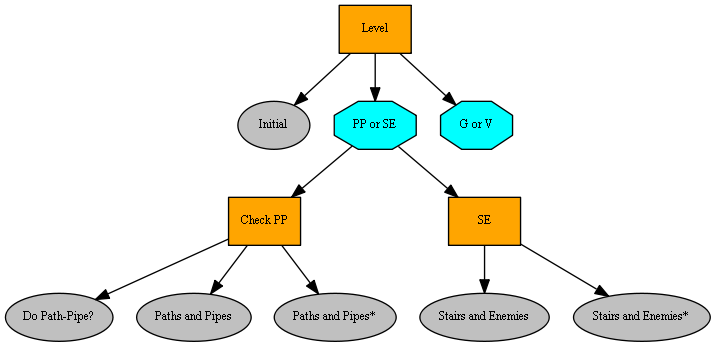
This is level.png from riffsircar/PCGBT, a Graphviz export, as it was before one commit. Its source is kept beside it as level.dot.
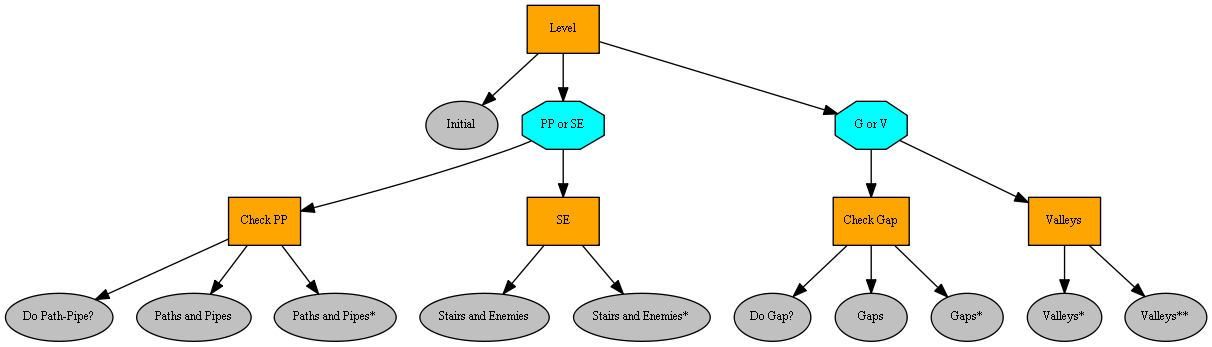
After the change.

Diff of the diagram source:
```diff
@@ -24,4 +24,18 @@
 SE -> "Stairs and Enemies*";
 "G or V" [fillcolor=cyan, fontcolor=black, fontsize=9, label="G or V", shape=octagon, style=filled];
 Level -> "G or V";
+"Check Gap" [fillcolor=orange, fontcolor=black, fontsize=9, label="Check Gap", shape=box, style=filled];
+"G or V" -> "Check Gap";
+"Do Gap?" [fillcolor=gray, fontcolor=black, fontsize=9, label="Do Gap?", shape=ellipse, style=filled];
+"Check Gap" -> "Do Gap?";
+Gaps [fillcolor=gray, fontcolor=black, fontsize=9, label=Gaps, shape=ellipse, style=filled];
+"Check Gap" -> Gaps;
+"Gaps*" [fillcolor=gray, fontcolor=black, fontsize=9, label="Gaps*", shape=ellipse, style=filled];
+"Check Gap" -> "Gaps*";
+Valleys [fillcolor=orange, fontcolor=black, fontsize=9, label=Valleys, shape=box, style=filled];
+"G or V" -> Valleys;
+"Valleys*" [fillcolor=gray, fontcolor=black, fontsize=9, label="Valleys*", shape=ellipse, style=filled];
+Valleys -> "Valleys*";
+"Valleys**" [fillcolor=gray, fontcolor=black, fontsize=9, label="Valleys**", shape=ellipse, style=filled];
+Valleys -> "Valleys**";
 }
```
